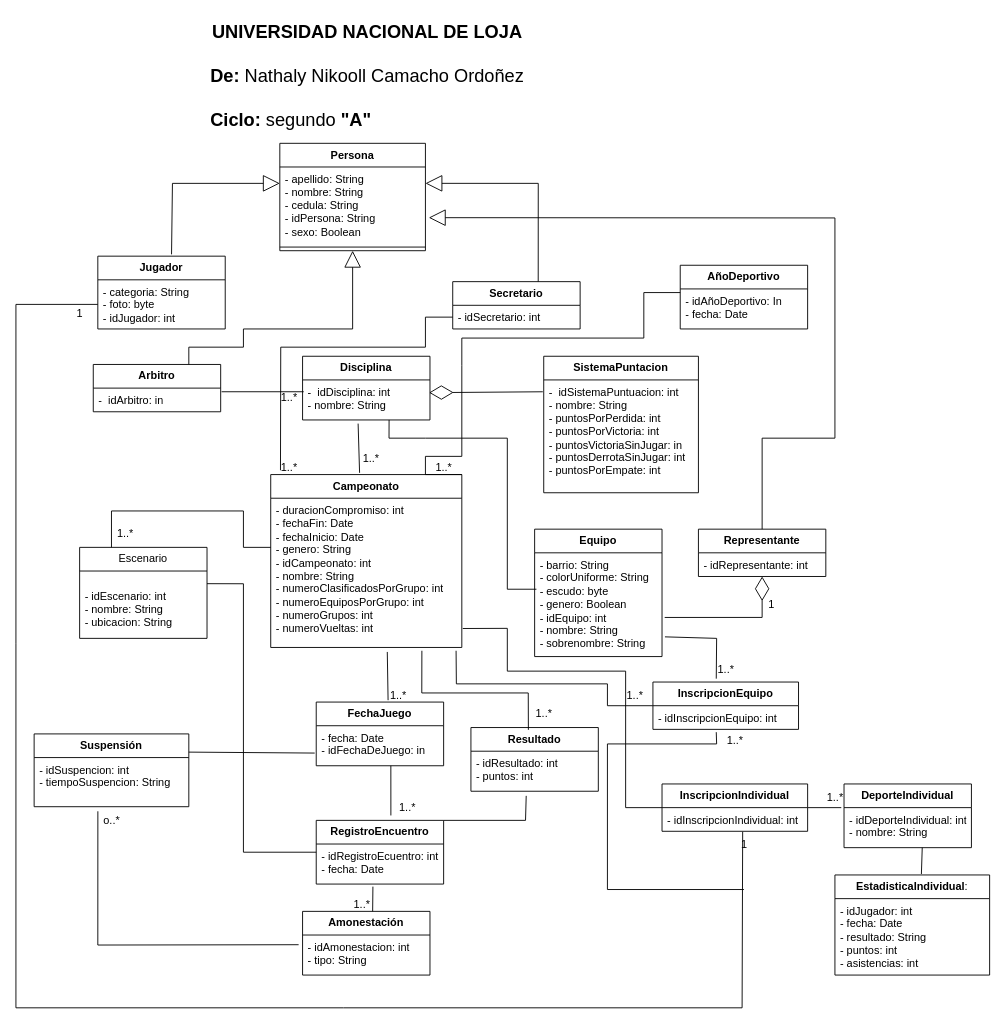
Earlier version of the draw.io diagram Deportes_POO.drawio (Nikooll/Deportes_POO). Source tidied: cells renumbered, new cells numbered last; positions are measured from the earlier drawing's top-left corner, leaving out a move shared by most shapes. Both pictures are drawn from the tidied source at 91%, with x=0, y=0 at pixel (15, 15).
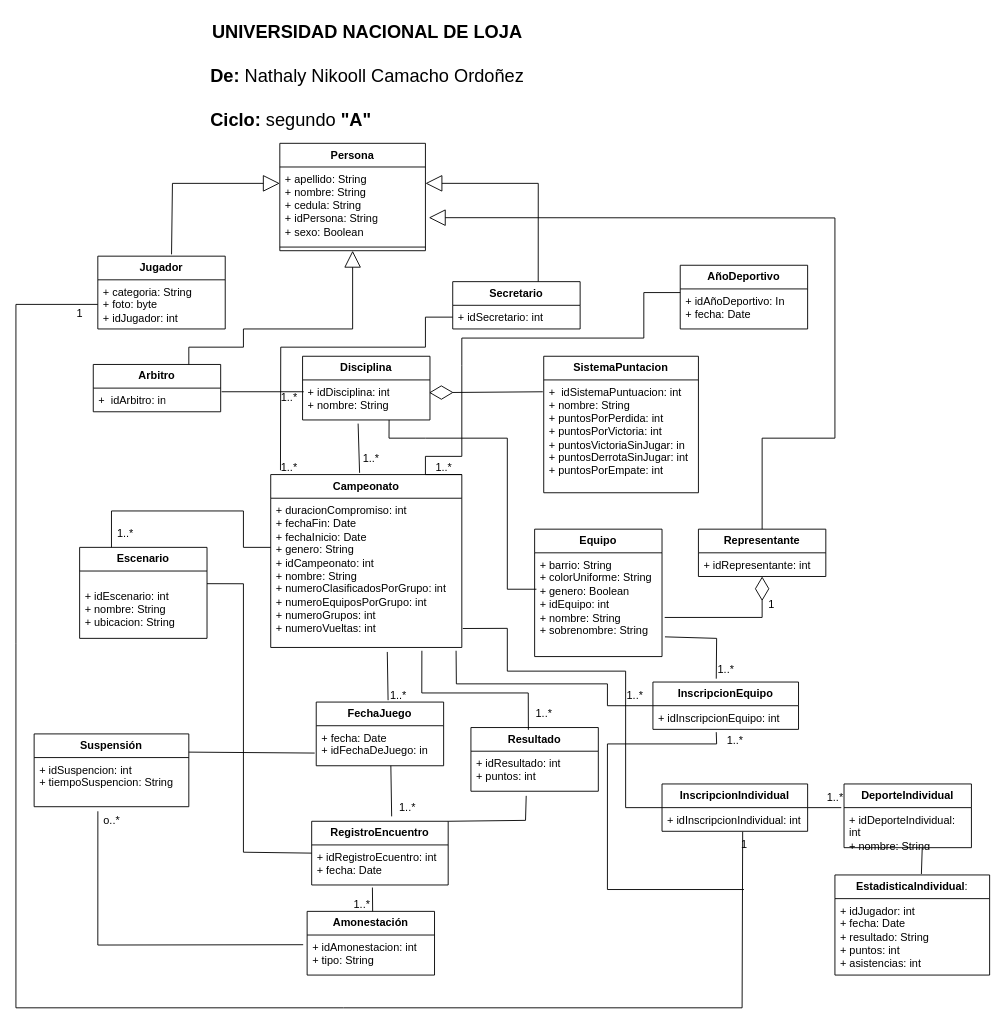
The same page after the edit.

Unchanged cells that the change refers to:
```xml
<mxCell id="2" value="Persona" style="swimlane;fontStyle=1;align=center;verticalAlign=top;horizontal=1;startSize=26;whiteSpace=wrap;html=1;" parent="1" vertex="1">
  <mxGeometry x="290" y="140" width="160" height="118" as="geometry" />
</mxCell>
<mxCell id="6" value="&lt;b&gt;Arbitro&lt;/b&gt;" style="swimlane;fontStyle=0;horizontal=1;startSize=26;fillColor=none;whiteSpace=wrap;html=1;" parent="1" vertex="1">
  <mxGeometry x="85" y="383" width="140" height="52" as="geometry" />
</mxCell>
<mxCell id="8" value="&lt;b&gt;Jugador&lt;/b&gt;" style="swimlane;fontStyle=0;horizontal=1;startSize=26;fillColor=none;whiteSpace=wrap;html=1;" parent="1" vertex="1">
  <mxGeometry x="90" y="264" width="140" height="80" as="geometry" />
</mxCell>
<mxCell id="10" value="&lt;b&gt;Secretario&lt;/b&gt;" style="swimlane;fontStyle=0;horizontal=1;startSize=26;fillColor=none;whiteSpace=wrap;html=1;" parent="1" vertex="1">
  <mxGeometry x="480" y="292" width="140" height="52" as="geometry" />
</mxCell>
<mxCell id="13" value="&lt;b&gt;Disciplina&lt;/b&gt;" style="swimlane;fontStyle=0;horizontal=1;startSize=26;fillColor=none;whiteSpace=wrap;html=1;" parent="1" vertex="1">
  <mxGeometry x="315" y="374" width="140" height="70" as="geometry" />
</mxCell>
<mxCell id="15" value="&lt;b&gt;SistemaPuntacion&lt;/b&gt;" style="swimlane;fontStyle=0;horizontal=1;startSize=26;fillColor=none;whiteSpace=wrap;html=1;" parent="1" vertex="1">
  <mxGeometry x="580" y="374" width="170" height="150" as="geometry" />
</mxCell>
<mxCell id="19" value="&lt;b&gt;Campeonato &lt;/b&gt;" style="swimlane;fontStyle=0;horizontal=1;startSize=26;fillColor=none;whiteSpace=wrap;html=1;" parent="1" vertex="1">
  <mxGeometry x="280" y="504" width="210" height="190" as="geometry" />
</mxCell>
<mxCell id="21" value="&lt;b&gt;Equipo&lt;/b&gt;" style="swimlane;fontStyle=0;horizontal=1;startSize=26;fillColor=none;whiteSpace=wrap;html=1;" parent="1" vertex="1">
  <mxGeometry x="570" y="564" width="140" height="140" as="geometry" />
</mxCell>
<mxCell id="24" value="&lt;b&gt;Representante&lt;/b&gt;" style="swimlane;fontStyle=0;horizontal=1;startSize=26;fillColor=none;whiteSpace=wrap;html=1;" parent="1" vertex="1">
  <mxGeometry x="750" y="564" width="140" height="52" as="geometry" />
</mxCell>
<mxCell id="27" value="&lt;b&gt;FechaJuego&lt;/b&gt;" style="swimlane;fontStyle=0;horizontal=1;startSize=26;fillColor=none;whiteSpace=wrap;html=1;" parent="1" vertex="1">
  <mxGeometry x="330" y="754" width="140" height="70" as="geometry" />
</mxCell>
<mxCell id="31" value="&lt;b&gt;Resultado&lt;/b&gt;" style="swimlane;fontStyle=0;horizontal=1;startSize=26;fillColor=none;whiteSpace=wrap;html=1;" parent="1" vertex="1">
  <mxGeometry x="500" y="782" width="140" height="70" as="geometry" />
</mxCell>
<mxCell id="35" value="&lt;b&gt;InscripcionEquipo&lt;/b&gt;" style="swimlane;fontStyle=0;horizontal=1;startSize=26;fillColor=none;whiteSpace=wrap;html=1;" parent="1" vertex="1">
  <mxGeometry x="700" y="732" width="160" height="52" as="geometry" />
</mxCell>
<mxCell id="42" value="&lt;b&gt;InscripcionIndividual&lt;/b&gt;" style="swimlane;fontStyle=0;horizontal=1;startSize=26;fillColor=none;whiteSpace=wrap;html=1;" parent="1" vertex="1">
  <mxGeometry x="710" y="844" width="160" height="52" as="geometry" />
</mxCell>
<mxCell id="59" value="&lt;b&gt;Suspensión&lt;/b&gt;" style="swimlane;fontStyle=0;horizontal=1;startSize=26;fillColor=none;whiteSpace=wrap;html=1;" parent="1" vertex="1">
  <mxGeometry x="20" y="789" width="170" height="80" as="geometry" />
</mxCell>
<mxCell id="64" value="&lt;b&gt;AñoDeportivo&lt;/b&gt;" style="swimlane;fontStyle=0;horizontal=1;startSize=26;fillColor=none;whiteSpace=wrap;html=1;" parent="1" vertex="1">
  <mxGeometry x="730" y="274" width="140" height="70" as="geometry" />
</mxCell>
<mxCell id="81" value="&lt;b&gt;DeporteIndividual&lt;/b&gt;" style="swimlane;fontStyle=0;horizontal=1;startSize=26;fillColor=none;whiteSpace=wrap;html=1;" parent="1" vertex="1">
  <mxGeometry x="910" y="844" width="140" height="70" as="geometry" />
</mxCell>
<mxCell id="85" value="&lt;strong&gt;EstadisticaIndividual&lt;/strong&gt;:" style="swimlane;fontStyle=0;horizontal=1;startSize=26;fillColor=none;whiteSpace=wrap;html=1;" parent="1" vertex="1">
  <mxGeometry x="900" y="944" width="170" height="110" as="geometry" />
</mxCell>
```

Diff of the diagram source:
```diff
@@
-    <mxCell id="3" value="&lt;div&gt;- apellido: String&lt;/div&gt;&lt;div&gt;- nombre: String&lt;/div&gt;- cedula: String&lt;br&gt;- idPersona: String&lt;br&gt;- sexo: Boolean" style="text;strokeColor=none;fillColor=none;align=left;verticalAlign=top;spacingLeft=4;spacingRight=4;overflow=hidden;points=[[0,0.5],[1,0.5]];portConstraint=eastwest;whiteSpace=wrap;html=1;" parent="2" vertex="1">
+    <mxCell id="3" value="&lt;div&gt;+ apellido: String&lt;/div&gt;&lt;div&gt;+ nombre: String&lt;/div&gt;+ cedula: String&lt;br&gt;+ idPersona: String&lt;br&gt;+ sexo: Boolean" style="text;strokeColor=none;fillColor=none;align=left;verticalAlign=top;spacingLeft=4;spacingRight=4;overflow=hidden;points=[[0,0.5],[1,0.5]];portConstraint=eastwest;whiteSpace=wrap;html=1;" parent="2" vertex="1">
       <mxGeometry y="26" width="160" height="84" as="geometry" />
     </mxCell>
@@
-    <mxCell id="7" value="-&amp;nbsp; idArbitro: in" style="text;strokeColor=none;fillColor=none;align=left;verticalAlign=top;spacingLeft=4;spacingRight=4;overflow=hidden;whiteSpace=wrap;html=1;" parent="6" vertex="1">
+    <mxCell id="7" value="+&amp;nbsp; idArbitro: in" style="text;strokeColor=none;fillColor=none;align=left;verticalAlign=top;spacingLeft=4;spacingRight=4;overflow=hidden;whiteSpace=wrap;html=1;" parent="6" vertex="1">
       <mxGeometry y="26" width="140" height="26" as="geometry" />
     </mxCell>
@@
-    <mxCell id="9" value="- categoria: String&lt;br&gt;- foto: byte&lt;br&gt;- idJugador: int" style="text;strokeColor=none;fillColor=none;align=left;verticalAlign=top;spacingLeft=4;spacingRight=4;overflow=hidden;points=[[0,0.5],[1,0.5]];portConstraint=eastwest;whiteSpace=wrap;html=1;" parent="8" vertex="1">
+    <mxCell id="9" value="+ categoria: String&lt;br&gt;+ foto: byte&lt;br&gt;+ idJugador: int" style="text;strokeColor=none;fillColor=none;align=left;verticalAlign=top;spacingLeft=4;spacingRight=4;overflow=hidden;points=[[0,0.5],[1,0.5]];portConstraint=eastwest;whiteSpace=wrap;html=1;" parent="8" vertex="1">
       <mxGeometry y="26" width="140" height="54" as="geometry" />
     </mxCell>
@@
-    <mxCell id="11" value="- idSecretario: int" style="text;strokeColor=none;fillColor=none;align=left;verticalAlign=top;spacingLeft=4;spacingRight=4;overflow=hidden;points=[[0,0.5],[1,0.5]];portConstraint=eastwest;whiteSpace=wrap;html=1;" parent="10" vertex="1">
+    <mxCell id="11" value="+ idSecretario: int" style="text;strokeColor=none;fillColor=none;align=left;verticalAlign=top;spacingLeft=4;spacingRight=4;overflow=hidden;points=[[0,0.5],[1,0.5]];portConstraint=eastwest;whiteSpace=wrap;html=1;" parent="10" vertex="1">
       <mxGeometry y="26" width="140" height="26" as="geometry" />
     </mxCell>
@@
-    <mxCell id="14" value="-&amp;nbsp; idDisciplina: int&lt;br&gt;- nombre: String" style="text;strokeColor=none;fillColor=none;align=left;verticalAlign=top;spacingLeft=4;spacingRight=4;overflow=hidden;points=[[0,0.5],[1,0.5]];portConstraint=eastwest;whiteSpace=wrap;html=1;" parent="13" vertex="1">
+    <mxCell id="14" value="+ idDisciplina: int&lt;br&gt;&lt;div&gt;+ nombre: String&lt;/div&gt;" style="text;strokeColor=none;fillColor=none;align=left;verticalAlign=top;spacingLeft=4;spacingRight=4;overflow=hidden;points=[[0,0.5],[1,0.5]];portConstraint=eastwest;whiteSpace=wrap;html=1;" parent="13" vertex="1">
       <mxGeometry y="26" width="140" height="44" as="geometry" />
     </mxCell>
@@
-    <mxCell id="16" value="-&amp;nbsp; idSistemaPuntuacion: int&lt;br&gt;- nombre: String&lt;br&gt;- puntosPorPerdida: int&lt;br&gt;- puntosPorVictoria: int&lt;br&gt;&lt;div&gt;- puntosVictoriaSinJugar: in&lt;/div&gt;&lt;div&gt;- puntosDerrotaSinJugar: int&lt;br&gt;- puntosPorEmpate: int&lt;/div&gt;" style="text;strokeColor=none;fillColor=none;align=left;verticalAlign=top;spacingLeft=4;spacingRight=4;overflow=hidden;points=[[0,0.5],[1,0.5]];portConstraint=eastwest;whiteSpace=wrap;html=1;" parent="15" vertex="1">
+    <mxCell id="16" value="+&amp;nbsp; idSistemaPuntuacion: int&lt;br&gt;+ nombre: String&lt;br&gt;+ puntosPorPerdida: int&lt;br&gt;+ puntosPorVictoria: int&lt;br&gt;&lt;div&gt;+ puntosVictoriaSinJugar: in&lt;/div&gt;&lt;div&gt;+ puntosDerrotaSinJugar: int&lt;br&gt;+ puntosPorEmpate: int&lt;/div&gt;" style="text;strokeColor=none;fillColor=none;align=left;verticalAlign=top;spacingLeft=4;spacingRight=4;overflow=hidden;points=[[0,0.5],[1,0.5]];portConstraint=eastwest;whiteSpace=wrap;html=1;" parent="15" vertex="1">
       <mxGeometry y="26" width="170" height="124" as="geometry" />
     </mxCell>
@@
-    <mxCell id="20" value="- duracionCompromiso: int&lt;br&gt;- fechaFin: Date&lt;br&gt;- fechaInicio: Date&lt;br&gt;- genero: String&lt;br&gt;- idCampeonato: int&lt;br&gt;- nombre: String&lt;br&gt;- numeroClasificadosPorGrupo: int&lt;br&gt;- numeroEquiposPorGrupo: int&lt;br&gt;- numeroGrupos: int&lt;br&gt;&lt;div&gt;- numeroVueltas: int&lt;/div&gt;" style="text;strokeColor=none;fillColor=none;align=left;verticalAlign=top;spacingLeft=4;spacingRight=4;overflow=hidden;points=[[0,0.5],[1,0.5]];portConstraint=eastwest;whiteSpace=wrap;html=1;" parent="19" vertex="1">
+    <mxCell id="20" value="+ duracionCompromiso: int&lt;br&gt;+ fechaFin: Date&lt;br&gt;+ fechaInicio: Date&lt;br&gt;+ genero: String&lt;br&gt;+ idCampeonato: int&lt;br&gt;+ nombre: String&lt;br&gt;+ numeroClasificadosPorGrupo: int&lt;br&gt;+ numeroEquiposPorGrupo: int&lt;br&gt;+ numeroGrupos: int&lt;br&gt;&lt;div&gt;+ numeroVueltas: int&lt;/div&gt;" style="text;strokeColor=none;fillColor=none;align=left;verticalAlign=top;spacingLeft=4;spacingRight=4;overflow=hidden;points=[[0,0.5],[1,0.5]];portConstraint=eastwest;whiteSpace=wrap;html=1;" parent="19" vertex="1">
       <mxGeometry y="26" width="210" height="164" as="geometry" />
     </mxCell>
@@
-    <mxCell id="22" value="- barrio: String&lt;br&gt;- colorUniforme: String&lt;br&gt;- escudo: byte&lt;br&gt;- genero: Boolean&lt;br&gt;- idEquipo: int&lt;br&gt;- nombre: String&lt;br&gt;- sobrenombre: String" style="text;strokeColor=none;fillColor=none;align=left;verticalAlign=top;spacingLeft=4;spacingRight=4;overflow=hidden;points=[[0,0.5],[1,0.5]];portConstraint=eastwest;whiteSpace=wrap;html=1;" parent="21" vertex="1">
+    <mxCell id="22" value="+ barrio: String&lt;br&gt;+ colorUniforme: String&lt;br&gt;+ genero: Boolean&lt;br&gt;+ idEquipo: int&lt;br&gt;+ nombre: String&lt;br&gt;+ sobrenombre: String" style="text;strokeColor=none;fillColor=none;align=left;verticalAlign=top;spacingLeft=4;spacingRight=4;overflow=hidden;points=[[0,0.5],[1,0.5]];portConstraint=eastwest;whiteSpace=wrap;html=1;" parent="21" vertex="1">
       <mxGeometry y="26" width="140" height="114" as="geometry" />
     </mxCell>
@@
-    <mxCell id="25" value="- idRepresentante: int" style="text;strokeColor=none;fillColor=none;align=left;verticalAlign=top;spacingLeft=4;spacingRight=4;overflow=hidden;whiteSpace=wrap;html=1;" parent="24" vertex="1">
+    <mxCell id="25" value="+ idRepresentante: int" style="text;strokeColor=none;fillColor=none;align=left;verticalAlign=top;spacingLeft=4;spacingRight=4;overflow=hidden;whiteSpace=wrap;html=1;" parent="24" vertex="1">
       <mxGeometry y="26" width="140" height="26" as="geometry" />
     </mxCell>
@@
-    <mxCell id="28" value="- fecha: Date&lt;b&gt;&lt;br&gt;&lt;/b&gt;- idFechaDeJuego: in" style="text;strokeColor=none;fillColor=none;align=left;verticalAlign=top;spacingLeft=4;spacingRight=4;overflow=hidden;points=[[0,0.5],[1,0.5]];portConstraint=eastwest;whiteSpace=wrap;html=1;" parent="27" vertex="1">
+    <mxCell id="28" value="+ fecha: Date&lt;b&gt;&lt;br&gt;&lt;/b&gt;+ idFechaDeJuego: in" style="text;strokeColor=none;fillColor=none;align=left;verticalAlign=top;spacingLeft=4;spacingRight=4;overflow=hidden;points=[[0,0.5],[1,0.5]];portConstraint=eastwest;whiteSpace=wrap;html=1;" parent="27" vertex="1">
       <mxGeometry y="26" width="140" height="44" as="geometry" />
     </mxCell>
@@
-    <mxCell id="32" value="&lt;div&gt;- idResultado: int&lt;/div&gt;&lt;div&gt;- puntos: int&lt;/div&gt;" style="text;strokeColor=none;fillColor=none;align=left;verticalAlign=top;spacingLeft=4;spacingRight=4;overflow=hidden;points=[[0,0.5],[1,0.5]];portConstraint=eastwest;whiteSpace=wrap;html=1;" parent="31" vertex="1">
+    <mxCell id="32" value="&lt;div&gt;+ idResultado: int&lt;/div&gt;&lt;div&gt;+ puntos: int&lt;/div&gt;" style="text;strokeColor=none;fillColor=none;align=left;verticalAlign=top;spacingLeft=4;spacingRight=4;overflow=hidden;points=[[0,0.5],[1,0.5]];portConstraint=eastwest;whiteSpace=wrap;html=1;" parent="31" vertex="1">
       <mxGeometry y="26" width="140" height="44" as="geometry" />
     </mxCell>
@@
-    <mxCell id="36" value="- idInscripcionEquipo: int" style="text;strokeColor=none;fillColor=none;align=left;verticalAlign=top;spacingLeft=4;spacingRight=4;overflow=hidden;points=[[0,0.5],[1,0.5]];portConstraint=eastwest;whiteSpace=wrap;html=1;" parent="35" vertex="1">
+    <mxCell id="36" value="+ idInscripcionEquipo: int" style="text;strokeColor=none;fillColor=none;align=left;verticalAlign=top;spacingLeft=4;spacingRight=4;overflow=hidden;points=[[0,0.5],[1,0.5]];portConstraint=eastwest;whiteSpace=wrap;html=1;" parent="35" vertex="1">
       <mxGeometry y="26" width="160" height="26" as="geometry" />
     </mxCell>
@@
-    <mxCell id="43" value="- idInscripcionIndividual: int" style="text;strokeColor=none;fillColor=none;align=left;verticalAlign=top;spacingLeft=4;spacingRight=4;overflow=hidden;whiteSpace=wrap;html=1;" parent="42" vertex="1">
+    <mxCell id="43" value="+ idInscripcionIndividual: int" style="text;strokeColor=none;fillColor=none;align=left;verticalAlign=top;spacingLeft=4;spacingRight=4;overflow=hidden;whiteSpace=wrap;html=1;" parent="42" vertex="1">
       <mxGeometry y="26" width="160" height="26" as="geometry" />
     </mxCell>
@@
     <mxCell id="46" value="&lt;b&gt;RegistroEncuentro&lt;/b&gt;" style="swimlane;fontStyle=0;horizontal=1;startSize=26;fillColor=none;whiteSpace=wrap;html=1;" parent="1" vertex="1">
-      <mxGeometry x="330" y="884" width="140" height="70" as="geometry" />
+      <mxGeometry x="325" y="885" width="150" height="70" as="geometry" />
     </mxCell>
-    <mxCell id="47" value="- idRegistroEcuentro: int&lt;br&gt;- fecha: Date " style="text;strokeColor=none;fillColor=none;align=left;verticalAlign=top;spacingLeft=4;spacingRight=4;overflow=hidden;points=[[0,0.5],[1,0.5]];portConstraint=eastwest;whiteSpace=wrap;html=1;" parent="46" vertex="1">
-      <mxGeometry y="26" width="140" height="44" as="geometry" />
+    <mxCell id="47" value="+ idRegistroEcuentro: int&lt;br&gt;+ fecha: Date " style="text;strokeColor=none;fillColor=none;align=left;verticalAlign=top;spacingLeft=4;spacingRight=4;overflow=hidden;points=[[0,0.5],[1,0.5]];portConstraint=eastwest;whiteSpace=wrap;html=1;" parent="46" vertex="1">
+      <mxGeometry y="26" width="150" height="44" as="geometry" />
     </mxCell>
@@
-    <mxCell id="50" value="Escenario" style="swimlane;fontStyle=0;horizontal=1;startSize=26;fillColor=none;whiteSpace=wrap;html=1;" parent="1" vertex="1">
+    <mxCell id="50" value="&lt;b&gt;Escenario&lt;/b&gt;" style="swimlane;fontStyle=0;horizontal=1;startSize=26;fillColor=none;whiteSpace=wrap;html=1;" parent="1" vertex="1">
       <mxGeometry x="70" y="584" width="140" height="100" as="geometry" />
     </mxCell>
-    <mxCell id="51" value="&lt;br&gt;- idEscenario: int&lt;br&gt;- nombre: String&lt;br&gt;- ubicacion: String" style="text;strokeColor=none;fillColor=none;align=left;verticalAlign=top;spacingLeft=4;spacingRight=4;overflow=hidden;whiteSpace=wrap;html=1;" parent="50" vertex="1">
+    <mxCell id="51" value="&lt;br&gt;+ idEscenario: int&lt;br&gt;+ nombre: String&lt;br&gt;+ ubicacion: String" style="text;strokeColor=none;fillColor=none;align=left;verticalAlign=top;spacingLeft=4;spacingRight=4;overflow=hidden;whiteSpace=wrap;html=1;" parent="50" vertex="1">
       <mxGeometry y="26" width="140" height="74" as="geometry" />
     </mxCell>
@@
     <mxCell id="55" value="&lt;b&gt;Amonestación&lt;/b&gt;" style="swimlane;fontStyle=0;horizontal=1;startSize=26;fillColor=none;whiteSpace=wrap;html=1;" parent="1" vertex="1">
-      <mxGeometry x="315" y="984" width="140" height="70" as="geometry" />
+      <mxGeometry x="320" y="984" width="140" height="70" as="geometry" />
     </mxCell>
-    <mxCell id="56" value="- idAmonestacion: int&lt;br&gt;- tipo: String" style="text;strokeColor=none;fillColor=none;align=left;verticalAlign=top;spacingLeft=4;spacingRight=4;overflow=hidden;points=[[0,0.5],[1,0.5]];portConstraint=eastwest;whiteSpace=wrap;html=1;" parent="55" vertex="1">
+    <mxCell id="56" value="+ idAmonestacion: int&lt;br&gt;+ tipo: String" style="text;strokeColor=none;fillColor=none;align=left;verticalAlign=top;spacingLeft=4;spacingRight=4;overflow=hidden;points=[[0,0.5],[1,0.5]];portConstraint=eastwest;whiteSpace=wrap;html=1;" parent="55" vertex="1">
       <mxGeometry y="26" width="140" height="44" as="geometry" />
     </mxCell>
@@
-    <mxCell id="60" value="- idSuspencion: int&lt;br&gt;- tiempoSuspencion: String" style="text;strokeColor=none;fillColor=none;align=left;verticalAlign=top;spacingLeft=4;spacingRight=4;overflow=hidden;points=[[0,0.5],[1,0.5]];portConstraint=eastwest;whiteSpace=wrap;html=1;" parent="59" vertex="1">
+    <mxCell id="60" value="+ idSuspencion: int&lt;br&gt;+ tiempoSuspencion: String" style="text;strokeColor=none;fillColor=none;align=left;verticalAlign=top;spacingLeft=4;spacingRight=4;overflow=hidden;points=[[0,0.5],[1,0.5]];portConstraint=eastwest;whiteSpace=wrap;html=1;" parent="59" vertex="1">
       <mxGeometry y="26" width="170" height="54" as="geometry" />
     </mxCell>
@@
-    <mxCell id="65" value="&lt;div&gt;- idAñoDeportivo: In&lt;/div&gt;&lt;div&gt;- fecha: Date&lt;b&gt;&lt;br&gt;&lt;/b&gt;&lt;/div&gt;" style="text;strokeColor=none;fillColor=none;align=left;verticalAlign=top;spacingLeft=4;spacingRight=4;overflow=hidden;points=[[0,0.5],[1,0.5]];portConstraint=eastwest;whiteSpace=wrap;html=1;" parent="64" vertex="1">
+    <mxCell id="65" value="&lt;div&gt;+ idAñoDeportivo: In&lt;/div&gt;&lt;div&gt;+ fecha: Date&lt;b&gt;&lt;br&gt;&lt;/b&gt;&lt;/div&gt;" style="text;strokeColor=none;fillColor=none;align=left;verticalAlign=top;spacingLeft=4;spacingRight=4;overflow=hidden;points=[[0,0.5],[1,0.5]];portConstraint=eastwest;whiteSpace=wrap;html=1;" parent="64" vertex="1">
       <mxGeometry y="26" width="140" height="44" as="geometry" />
     </mxCell>
@@
-    <mxCell id="82" value="- idDeporteIndividual: int &lt;br&gt;- nombre: String " style="text;strokeColor=none;fillColor=none;align=left;verticalAlign=top;spacingLeft=4;spacingRight=4;overflow=hidden;points=[[0,0.5],[1,0.5]];portConstraint=eastwest;whiteSpace=wrap;html=1;" parent="81" vertex="1">
+    <mxCell id="82" value="+ idDeporteIndividual: int &lt;br&gt;+ nombre: String " style="text;strokeColor=none;fillColor=none;align=left;verticalAlign=top;spacingLeft=4;spacingRight=4;overflow=hidden;points=[[0,0.5],[1,0.5]];portConstraint=eastwest;whiteSpace=wrap;html=1;" parent="81" vertex="1">
       <mxGeometry y="26" width="140" height="44" as="geometry" />
     </mxCell>
@@
-    <mxCell id="86" value="&lt;div&gt;- idJugador: int&lt;/div&gt;&lt;div&gt;- fecha: Date&lt;/div&gt;&lt;div&gt;- resultado: String&lt;/div&gt;&lt;div&gt;- puntos: int&lt;/div&gt;&lt;div&gt;- asistencias: int &lt;/div&gt;" style="text;strokeColor=none;fillColor=none;align=left;verticalAlign=top;spacingLeft=4;spacingRight=4;overflow=hidden;whiteSpace=wrap;html=1;" parent="85" vertex="1">
+    <mxCell id="86" value="&lt;div&gt;+ idJugador: int&lt;/div&gt;&lt;div&gt;+ fecha: Date&lt;/div&gt;&lt;div&gt;+ resultado: String&lt;/div&gt;&lt;div&gt;+ puntos: int&lt;/div&gt;&lt;div&gt;+ asistencias: int &lt;/div&gt;" style="text;strokeColor=none;fillColor=none;align=left;verticalAlign=top;spacingLeft=4;spacingRight=4;overflow=hidden;whiteSpace=wrap;html=1;" parent="85" vertex="1">
       <mxGeometry y="26" width="170" height="84" as="geometry" />
     </mxCell>
```
